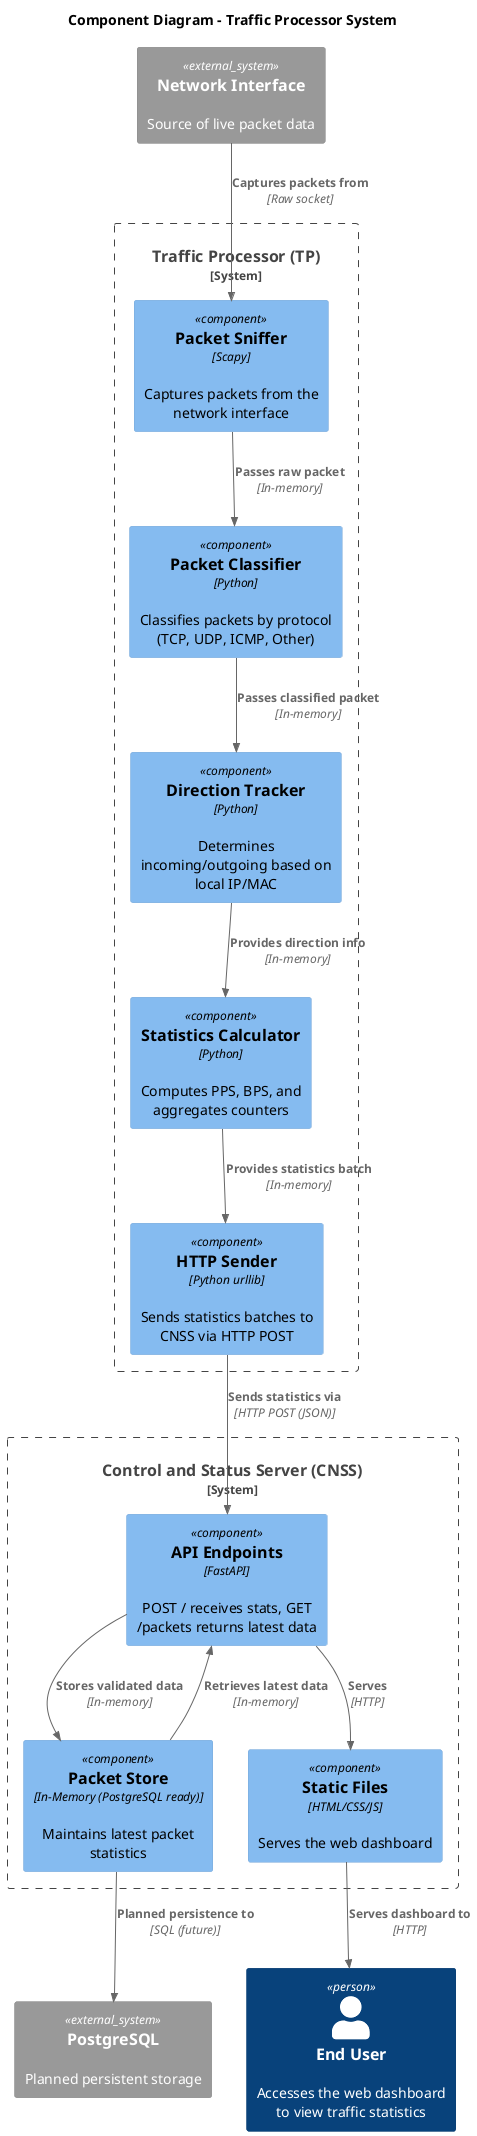
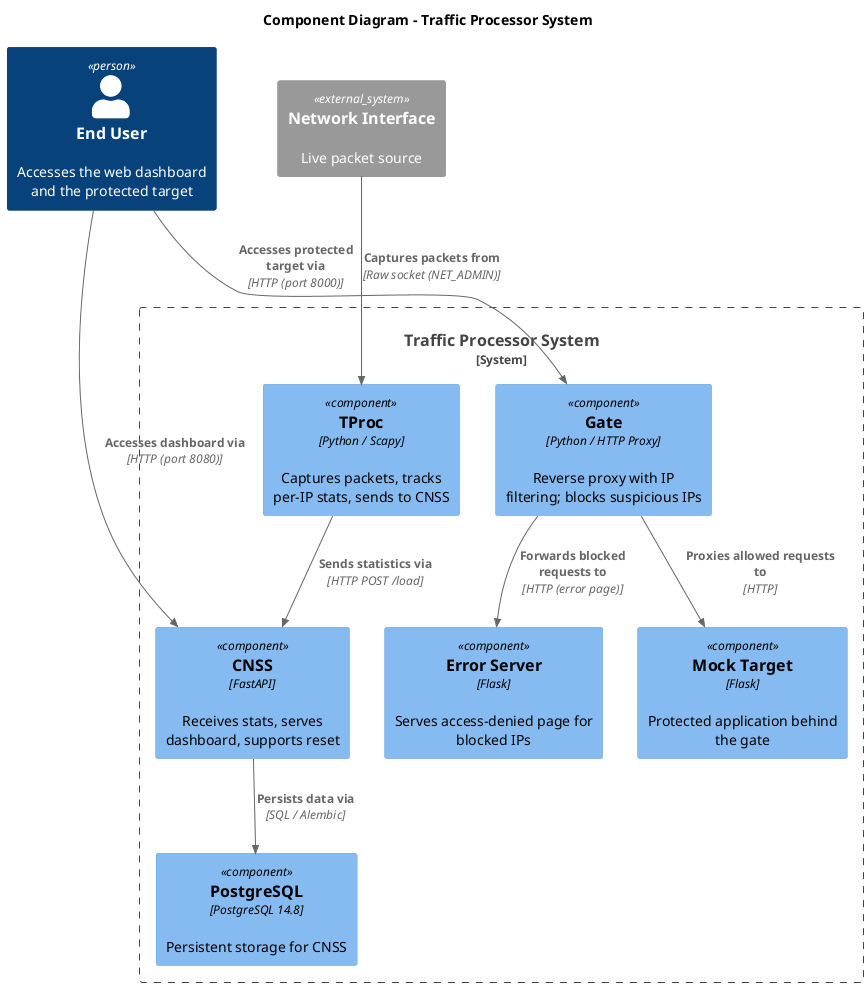
@startuml
!include <C4/C4_Component>
- !include <C4/C4_Container>
+ !include <C4/C4_Context>

- title Component Diagram - Traffic Processor System
+ title Component Diagram – Traffic Processor System

- Person(end_user, "End User", "Accesses the web dashboard to view traffic statistics")
+ Person(end_user, "End User", "Accesses the web dashboard and the protected target")

- System_Boundary(tp_system, "Traffic Processor (TP)") {
-     Component(packet_sniffer, "Packet Sniffer", "Scapy", "Captures packets from the network interface")
-     Component(packet_classifier, "Packet Classifier", "Python", "Classifies packets by protocol (TCP, UDP, ICMP, Other)")
-     Component(direction_tracker, "Direction Tracker", "Python", "Determines incoming/outgoing based on local IP/MAC")
-     Component(stats_calculator, "Statistics Calculator", "Python", "Computes PPS, BPS, and aggregates counters")
-     Component(http_sender, "HTTP Sender", "Python urllib", "Sends statistics batches to CNSS via HTTP POST")
+ System_Boundary(tp_system, "Traffic Processor System") {
+     Component(tproc, "TProc", "Python / Scapy", "Captures packets, tracks per-IP stats, sends to CNSS")
+     Component(gate, "Gate", "Python / HTTP Proxy", "Reverse proxy with IP filtering; blocks suspicious IPs")
+     Component(error_server, "Error Server", "Flask", "Serves access-denied page for blocked IPs")
+     Component(mock_target, "Mock Target", "Flask", "Protected application behind the gate")
+     Component(cnss, "CNSS", "FastAPI", "Receives stats, serves dashboard, supports reset")
+     Component(postgres, "PostgreSQL", "PostgreSQL 14.8", "Persistent storage for CNSS")
}

- System_Boundary(cnss_system, "Control and Status Server (CNSS)") {
-     Component(api_endpoints, "API Endpoints", "FastAPI", "POST / receives stats, GET /packets returns latest data")
-     Component(packet_store, "Packet Store", "In-Memory (PostgreSQL ready)", "Maintains latest packet statistics")
-     Component(static_files, "Static Files", "HTML/CSS/JS", "Serves the web dashboard")
- }
+ System_Ext(network, "Network Interface", "Live packet source")

- System_Ext(network, "Network Interface", "Source of live packet data")
- System_Ext(postgres, "PostgreSQL", "Planned persistent storage")
- 
- Rel(network, packet_sniffer, "Captures packets from", "Raw socket")
- Rel(packet_sniffer, packet_classifier, "Passes raw packet", "In-memory")
- Rel(packet_classifier, direction_tracker, "Passes classified packet", "In-memory")
- Rel(direction_tracker, stats_calculator, "Provides direction info", "In-memory")
- Rel(stats_calculator, http_sender, "Provides statistics batch", "In-memory")
- Rel(http_sender, api_endpoints, "Sends statistics via", "HTTP POST (JSON)")
- Rel(api_endpoints, packet_store, "Stores validated data", "In-memory")
- Rel(packet_store, api_endpoints, "Retrieves latest data", "In-memory")
- Rel(api_endpoints, static_files, "Serves", "HTTP")
- Rel(static_files, end_user, "Serves dashboard to", "HTTP")
- Rel(packet_store, postgres, "Planned persistence to", "SQL (future)")
+ Rel(network, tproc, "Captures packets from", "Raw socket (NET_ADMIN)")
+ Rel(tproc, cnss, "Sends statistics via", "HTTP POST /load")
+ Rel(cnss, postgres, "Persists data via", "SQL / Alembic")
+ Rel(end_user, gate, "Accesses protected target via", "HTTP (port 8000)")
+ Rel(gate, mock_target, "Proxies allowed requests to", "HTTP")
+ Rel(gate, error_server, "Forwards blocked requests to", "HTTP (error page)")
+ Rel(end_user, cnss, "Accesses dashboard via", "HTTP (port 8080)")

@enduml
